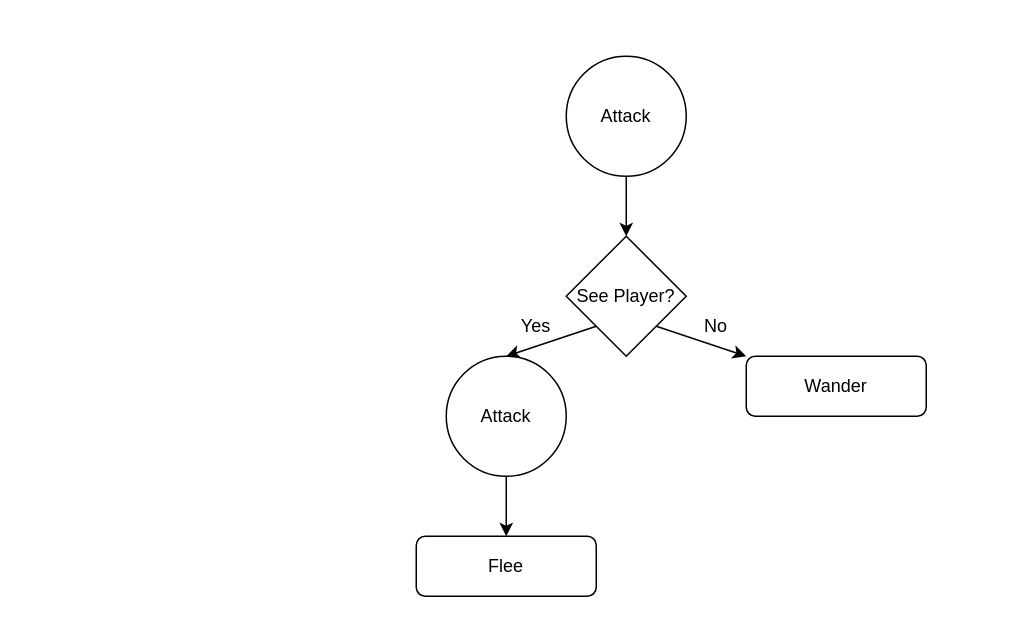
The draw.io diagram page "Attack" (6 of 7) of Documentation/Logan Ryan - AI Behaviours.drawio in loganryan01/AIEGameAIAssignment, before the edit. Source tidied: cells renumbered, new cells numbered last; positions are measured from the earlier drawing's top-left corner, leaving out a move shared by most shapes. Both pictures are drawn from the tidied source at 150%, with x=0, y=0 at pixel (416, 56).
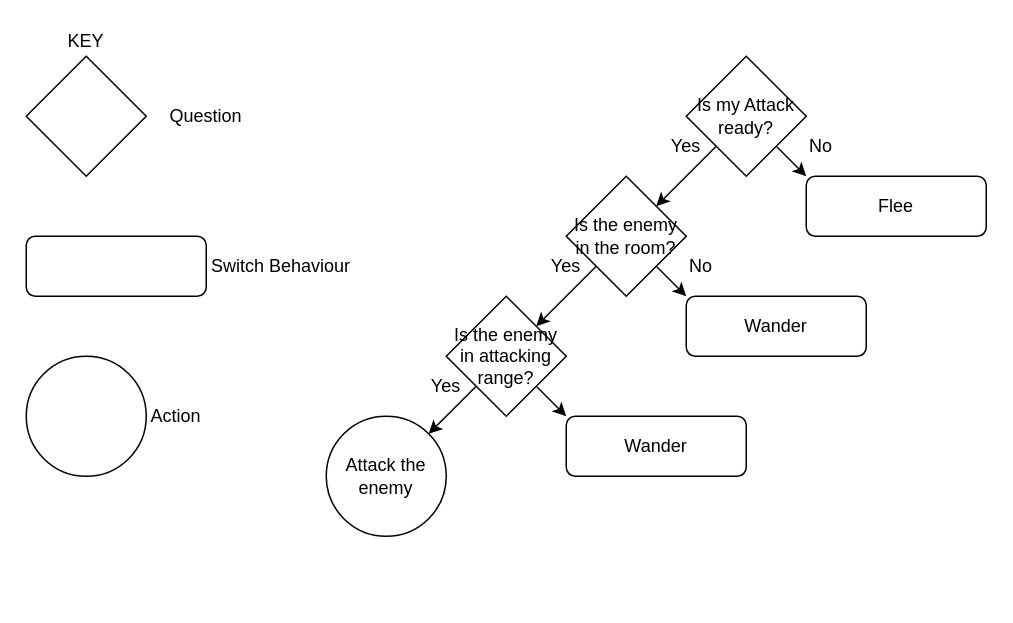
The same page after the edit.

The edit, as a diff of the source:
```diff
@@
-    <mxCell id="2" value="Attack" style="ellipse;whiteSpace=wrap;html=1;" parent="1" vertex="1">
-      <mxGeometry x="100" width="80" height="80" as="geometry" />
-    </mxCell>
-    <mxCell id="3" style="endArrow=classic;html=1;exitX=0.5;exitY=1;exitDx=0;exitDy=0;entryX=0.5;entryY=0;entryDx=0;entryDy=0;" parent="1" edge="1" source="2" target="4">
-      <mxGeometry relative="1" as="geometry" />
-    </mxCell>
-    <mxCell id="4" value="See Player?" style="rhombus;whiteSpace=wrap;html=1;" parent="1" vertex="1">
-      <mxGeometry x="100" y="120" width="80" height="80" as="geometry" />
+    <mxCell id="4" value="Is the enemy in the room?" style="rhombus;whiteSpace=wrap;html=1;" parent="1" vertex="1">
+      <mxGeometry x="100" y="80" width="80" height="80" as="geometry" />
     </mxCell>
-    <mxCell id="5" style="endArrow=classic;html=1;exitX=0;exitY=1;exitDx=0;exitDy=0;entryX=0.5;entryY=0;entryDx=0;entryDy=0;" parent="1" edge="1" source="4" target="9">
+    <mxCell id="5" style="endArrow=classic;html=1;exitX=0;exitY=1;exitDx=0;exitDy=0;entryX=1;entryY=0;entryDx=0;entryDy=0;" parent="1" edge="1" source="23" target="9">
       <mxGeometry relative="1" as="geometry" />
     </mxCell>
     <mxCell id="6" value="Yes" style="text;html=1;strokeColor=none;fillColor=none;align=center;verticalAlign=middle;whiteSpace=wrap;rounded=0;" parent="1" vertex="1">
-      <mxGeometry x="60" y="170" width="40" height="20" as="geometry" />
+      <mxGeometry x="160" y="50" width="40" height="20" as="geometry" />
     </mxCell>
@@
     <mxCell id="8" value="No" style="text;html=1;strokeColor=none;fillColor=none;align=center;verticalAlign=middle;whiteSpace=wrap;rounded=0;" parent="1" vertex="1">
-      <mxGeometry x="180" y="170" width="40" height="20" as="geometry" />
+      <mxGeometry x="250" y="50" width="40" height="20" as="geometry" />
     </mxCell>
-    <mxCell id="9" value="Attack" style="ellipse;whiteSpace=wrap;html=1;" parent="1" vertex="1">
-      <mxGeometry x="20" y="200" width="80" height="80" as="geometry" />
+    <mxCell id="9" value="Attack the enemy" style="ellipse;whiteSpace=wrap;html=1;" parent="1" vertex="1">
+      <mxGeometry x="-60" y="240" width="80" height="80" as="geometry" />
     </mxCell>
-    <mxCell id="10" style="endArrow=classic;html=1;exitX=0.5;exitY=1;exitDx=0;exitDy=0;" parent="1" edge="1" source="9" target="11">
-      <mxGeometry relative="1" as="geometry" />
-    </mxCell>
     <mxCell id="11" value="Flee" style="rounded=1;whiteSpace=wrap;html=1;" parent="1" vertex="1">
-      <mxGeometry y="320" width="120" height="40" as="geometry" />
+      <mxGeometry x="260" y="80" width="120" height="40" as="geometry" />
     </mxCell>
     <mxCell id="12" value="Wander" style="rounded=1;whiteSpace=wrap;html=1;" parent="1" vertex="1">
-      <mxGeometry x="220" y="200" width="120" height="40" as="geometry" />
+      <mxGeometry x="180" y="160" width="120" height="40" as="geometry" />
     </mxCell>
+    <mxCell id="13" style="rhombus;whiteSpace=wrap;html=1;" parent="1" vertex="1">
+      <mxGeometry x="-260" width="80" height="80" as="geometry" />
+    </mxCell>
+    <mxCell id="14" value="Question" style="text;html=1;strokeColor=none;fillColor=none;align=center;verticalAlign=middle;whiteSpace=wrap;rounded=0;" parent="1" vertex="1">
+      <mxGeometry x="-180" y="30" width="80" height="20" as="geometry" />
+    </mxCell>
+    <mxCell id="15" style="rounded=1;whiteSpace=wrap;html=1;" parent="1" vertex="1">
+      <mxGeometry x="-260" y="120" width="120" height="40" as="geometry" />
+    </mxCell>
+    <mxCell id="16" value="Switch Behaviour" style="text;html=1;strokeColor=none;fillColor=none;align=center;verticalAlign=middle;whiteSpace=wrap;rounded=0;" parent="1" vertex="1">
+      <mxGeometry x="-140" y="130" width="100" height="20" as="geometry" />
+    </mxCell>
+    <mxCell id="17" style="ellipse;whiteSpace=wrap;html=1;" parent="1" vertex="1">
+      <mxGeometry x="-260" y="200" width="80" height="80" as="geometry" />
+    </mxCell>
+    <mxCell id="18" value="Action" style="text;html=1;strokeColor=none;fillColor=none;align=center;verticalAlign=middle;whiteSpace=wrap;rounded=0;" parent="1" vertex="1">
+      <mxGeometry x="-180" y="230" width="40" height="20" as="geometry" />
+    </mxCell>
+    <mxCell id="19" value="KEY" style="text;html=1;strokeColor=none;fillColor=none;align=center;verticalAlign=middle;whiteSpace=wrap;rounded=0;" parent="1" vertex="1">
+      <mxGeometry x="-240" y="-20" width="40" height="20" as="geometry" />
+    </mxCell>
+    <mxCell id="20" value="Is my Attack ready?" style="rhombus;whiteSpace=wrap;html=1;" parent="1" vertex="1">
+      <mxGeometry x="180" width="80" height="80" as="geometry" />
+    </mxCell>
+    <mxCell id="21" style="endArrow=classic;html=1;exitX=0;exitY=1;exitDx=0;exitDy=0;entryX=1;entryY=0;entryDx=0;entryDy=0;" parent="1" edge="1" source="20" target="4">
+      <mxGeometry relative="1" as="geometry" />
+    </mxCell>
+    <mxCell id="22" style="endArrow=classic;html=1;exitX=1;exitY=1;exitDx=0;exitDy=0;entryX=0;entryY=0;entryDx=0;entryDy=0;" parent="1" edge="1" source="20" target="11">
+      <mxGeometry relative="1" as="geometry" />
+    </mxCell>
+    <mxCell id="23" value="Is the enemy in attacking range?" style="rhombus;whiteSpace=wrap;html=1;" parent="1" vertex="1">
+      <mxGeometry x="20" y="160" width="80" height="80" as="geometry" />
+    </mxCell>
+    <mxCell id="24" style="endArrow=classic;html=1;exitX=0;exitY=1;exitDx=0;exitDy=0;entryX=1;entryY=0;entryDx=0;entryDy=0;" parent="1" edge="1" source="4" target="23">
+      <mxGeometry relative="1" as="geometry" />
+    </mxCell>
+    <mxCell id="25" value="Yes" style="text;html=1;strokeColor=none;fillColor=none;align=center;verticalAlign=middle;whiteSpace=wrap;rounded=0;" parent="1" vertex="1">
+      <mxGeometry x="80" y="130" width="40" height="20" as="geometry" />
+    </mxCell>
+    <mxCell id="26" value="No" style="text;html=1;strokeColor=none;fillColor=none;align=center;verticalAlign=middle;whiteSpace=wrap;rounded=0;" parent="1" vertex="1">
+      <mxGeometry x="170" y="130" width="40" height="20" as="geometry" />
+    </mxCell>
+    <mxCell id="27" value="Yes" style="text;html=1;strokeColor=none;fillColor=none;align=center;verticalAlign=middle;whiteSpace=wrap;rounded=0;" parent="1" vertex="1">
+      <mxGeometry y="210" width="40" height="20" as="geometry" />
+    </mxCell>
+    <mxCell id="28" style="endArrow=classic;html=1;exitX=1;exitY=1;exitDx=0;exitDy=0;entryX=0;entryY=0;entryDx=0;entryDy=0;" parent="1" edge="1" source="23" target="29">
+      <mxGeometry relative="1" as="geometry" />
+    </mxCell>
+    <mxCell id="29" value="Wander" style="rounded=1;whiteSpace=wrap;html=1;" parent="1" vertex="1">
+      <mxGeometry x="100" y="240" width="120" height="40" as="geometry" />
+    </mxCell>
```
